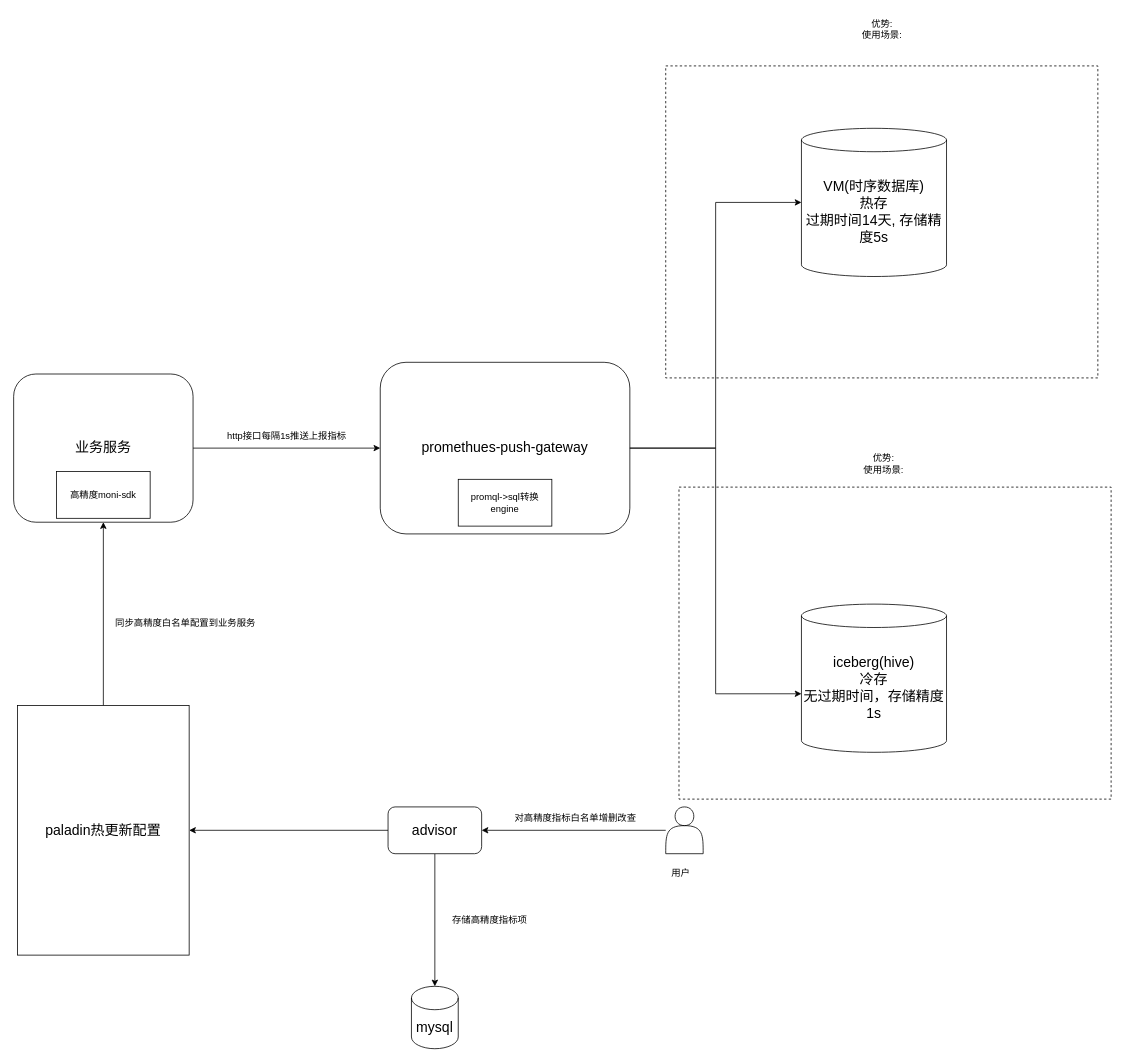
The draw.io diagram 高精度moni指标上报架构图.drawio in smartcharles/tech_draw, before the edit. Source tidied: cells renumbered, new cells numbered last; positions are measured from the earlier drawing's top-left corner, leaving out a move shared by most shapes. Both pictures are drawn from the tidied source at 78%, with x=0, y=0 at pixel (13, 13).
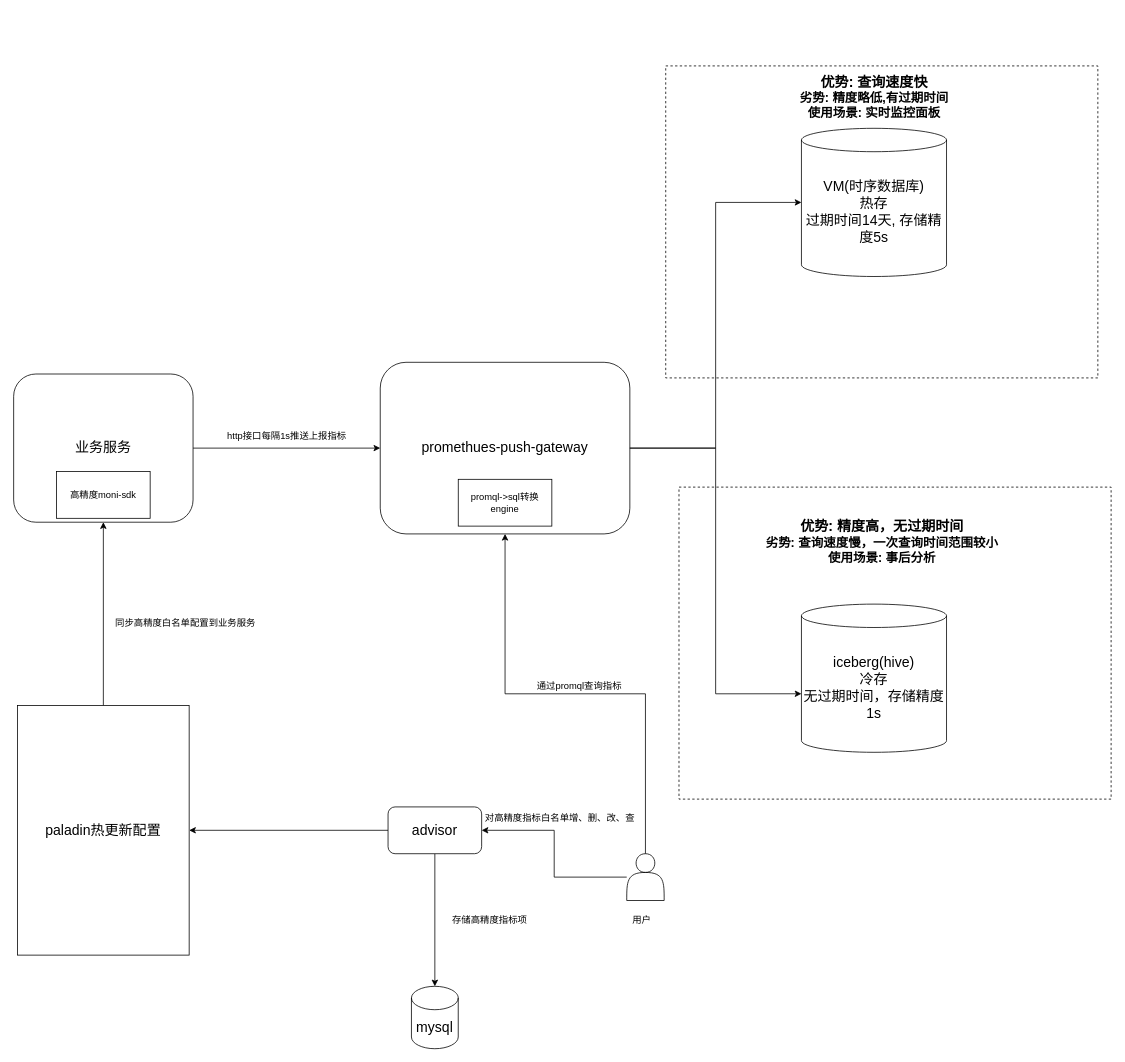
After the change.

Commit message:
更新高精度moni指标上报架构图.drawio

Unchanged cells that the change refers to:
```xml
<mxCell id="6" value="&lt;span style=&quot;font-size: 18px;&quot;&gt;promethues-push-gateway&lt;/span&gt;" style="rounded=1;whiteSpace=wrap;html=1;" parent="1" vertex="1">
  <mxGeometry x="470" y="447" width="320" height="220" as="geometry" />
</mxCell>
<mxCell id="21" style="shape=actor;whiteSpace=wrap;html=1;" parent="20" vertex="1">
  <mxGeometry x="6" width="48" height="60" as="geometry" />
</mxCell>
```

The edit, as a diff of the source:
```diff
@@
     <mxCell id="20" style="group;" parent="1" vertex="1">
-      <mxGeometry x="830" y="1017" width="60" height="100" as="geometry" />
+      <mxGeometry x="780" y="1077" width="60" height="100" as="geometry" />
     </mxCell>
@@
-    <mxCell id="24" value="对高精度指标白名单增删改查" style="text;html=1;align=center;verticalAlign=middle;strokeColor=none;fillColor=none;" parent="1" vertex="1">
-      <mxGeometry x="630" y="1017" width="180" height="30" as="geometry" />
+    <mxCell id="24" value="对高精度指标白名单增、删、改、查" style="text;html=1;align=center;verticalAlign=middle;strokeColor=none;fillColor=none;" parent="1" vertex="1">
+      <mxGeometry x="590" y="1017" width="220" height="30" as="geometry" />
     </mxCell>
@@
-    <mxCell id="27" value="优势:&lt;br&gt;使用场景:" style="text;html=1;align=center;verticalAlign=middle;strokeColor=none;fillColor=none;" parent="1" vertex="1">
-      <mxGeometry x="1078" width="70" height="40" as="geometry" />
+    <mxCell id="27" value="&lt;font style=&quot;font-size: 18px;&quot;&gt;&lt;b style=&quot;&quot;&gt;优势: 查询速度快&lt;/b&gt;&lt;/font&gt;&lt;div&gt;&lt;font size=&quot;3&quot; style=&quot;&quot;&gt;&lt;b&gt;劣势: 精度略低,有过期时间&lt;br&gt;&lt;/b&gt;&lt;/font&gt;&lt;div&gt;&lt;font size=&quot;3&quot; style=&quot;&quot;&gt;&lt;b style=&quot;&quot;&gt;使用场景: 实时监控面板&lt;/b&gt;&lt;/font&gt;&lt;/div&gt;&lt;/div&gt;" style="text;html=1;align=center;verticalAlign=middle;strokeColor=none;fillColor=none;" parent="1" vertex="1">
+      <mxGeometry x="998" y="72" width="210" height="70" as="geometry" />
     </mxCell>
-    <mxCell id="28" value="优势:&lt;br&gt;使用场景:" style="text;html=1;align=center;verticalAlign=middle;strokeColor=none;fillColor=none;" parent="1" vertex="1">
-      <mxGeometry x="1080" y="557" width="70" height="40" as="geometry" />
-    </mxCell>
+    <mxCell id="29" value="&lt;font style=&quot;font-size: 18px;&quot;&gt;&lt;b style=&quot;&quot;&gt;优势: 精度高，无过期时间&lt;/b&gt;&lt;/font&gt;&lt;div&gt;&lt;font size=&quot;3&quot; style=&quot;&quot;&gt;&lt;b&gt;劣势: 查询速度慢，一次查询时间范围较小&lt;br&gt;&lt;/b&gt;&lt;/font&gt;&lt;div&gt;&lt;font size=&quot;3&quot; style=&quot;&quot;&gt;&lt;b style=&quot;&quot;&gt;使用场景: 事后分析&lt;/b&gt;&lt;/font&gt;&lt;/div&gt;&lt;/div&gt;" style="text;html=1;align=center;verticalAlign=middle;strokeColor=none;fillColor=none;" parent="1" vertex="1">
+      <mxGeometry x="953" y="642" width="320" height="70" as="geometry" />
+    </mxCell>
+    <mxCell id="30" style="edgeStyle=orthogonalEdgeStyle;rounded=0;jettySize=auto;html=1;entryX=0.5;entryY=1;entryDx=0;entryDy=0;" parent="1" edge="1" source="21" target="6">
+      <mxGeometry relative="1" as="geometry" />
+    </mxCell>
+    <mxCell id="31" value="通过promql查询指标" style="text;html=1;align=center;verticalAlign=middle;strokeColor=none;fillColor=none;" parent="1" vertex="1">
+      <mxGeometry x="660" y="847" width="130" height="30" as="geometry" />
+    </mxCell>
```
